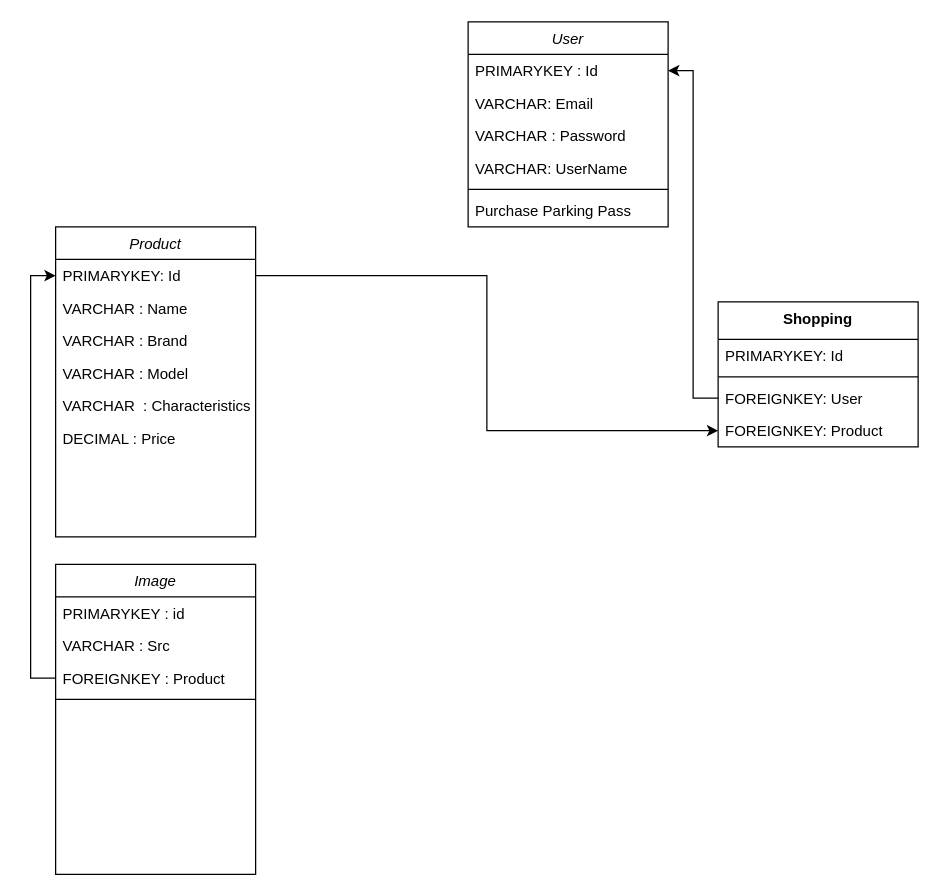
Before: Docs/database.drawio.xml in victor-souza-dev/TechTrove, a draw.io diagram. Source tidied: cells renumbered, new cells numbered last; positions are measured from the earlier drawing's top-left corner, leaving out a move shared by most shapes. Both pictures are drawn from the tidied source at 125%, with x=0, y=0 at pixel (55, 21).
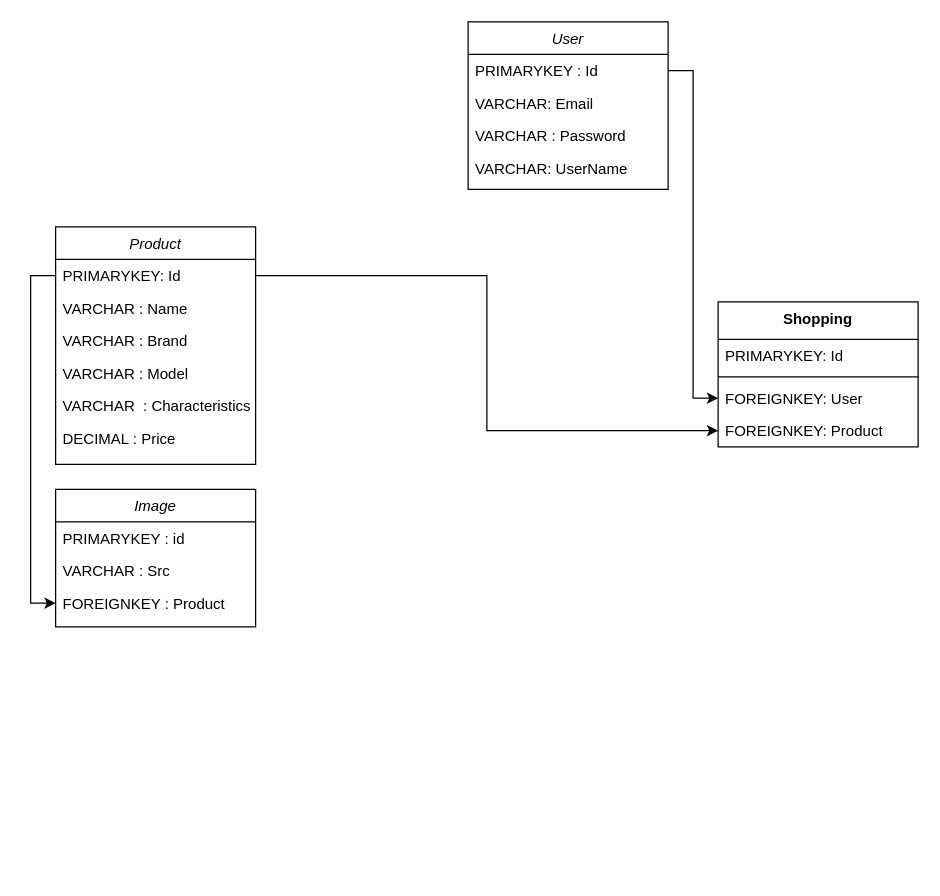
After the change.

Unchanged cells that the change refers to:
```xml
<mxCell id="3" value="PRIMARYKEY : Id" style="text;strokeColor=none;fillColor=none;align=left;verticalAlign=top;spacingLeft=4;spacingRight=4;overflow=hidden;points=[[0,0.5],[1,0.5]];portConstraint=eastwest;whiteSpace=wrap;html=1;" parent="2" vertex="1">
  <mxGeometry y="26" width="160" height="26" as="geometry" />
</mxCell>
<mxCell id="10" value="PRIMARYKEY: Id" style="text;strokeColor=none;fillColor=none;align=left;verticalAlign=top;spacingLeft=4;spacingRight=4;overflow=hidden;points=[[0,0.5],[1,0.5]];portConstraint=eastwest;whiteSpace=wrap;html=1;" parent="9" vertex="1">
  <mxGeometry y="26" width="160" height="26" as="geometry" />
</mxCell>
<mxCell id="19" value="FOREIGNKEY : Product" style="text;strokeColor=none;fillColor=none;align=left;verticalAlign=top;spacingLeft=4;spacingRight=4;overflow=hidden;points=[[0,0.5],[1,0.5]];portConstraint=eastwest;whiteSpace=wrap;html=1;" parent="16" vertex="1">
  <mxGeometry y="78" width="160" height="26" as="geometry" />
</mxCell>
<mxCell id="24" value="FOREIGNKEY: User" style="text;strokeColor=none;fillColor=none;align=left;verticalAlign=top;spacingLeft=4;spacingRight=4;overflow=hidden;points=[[0,0.5],[1,0.5]];portConstraint=eastwest;whiteSpace=wrap;html=1;" parent="21" vertex="1">
  <mxGeometry y="64" width="160" height="26" as="geometry" />
</mxCell>
```

Diff of the diagram source:
```diff
@@
     <mxCell id="2" value="User" style="swimlane;fontStyle=2;align=center;verticalAlign=top;horizontal=1;startSize=26;rounded=0;shadow=0;strokeWidth=1;" parent="1" vertex="1">
-      <mxGeometry x="330" width="160" height="164" as="geometry" />
+      <mxGeometry x="330" width="160" height="134" as="geometry" />
     </mxCell>
@@
-    <mxCell id="7" style="line;html=1;strokeWidth=1;align=left;verticalAlign=middle;spacingTop=-1;spacingLeft=3;spacingRight=3;labelPosition=right;" parent="2" vertex="1">
-      <mxGeometry y="130" width="160" height="8" as="geometry" />
-    </mxCell>
-    <mxCell id="8" value="Purchase Parking Pass" style="text;align=left;verticalAlign=top;spacingLeft=4;spacingRight=4;overflow=hidden;" parent="2" vertex="1">
-      <mxGeometry y="138" width="160" height="26" as="geometry" />
-    </mxCell>
     <mxCell id="9" value="Product" style="swimlane;fontStyle=2;align=center;verticalAlign=top;horizontal=1;startSize=26;rounded=0;shadow=0;strokeWidth=1;" parent="1" vertex="1">
-      <mxGeometry y="164" width="160" height="248" as="geometry" />
+      <mxGeometry y="164" width="160" height="190" as="geometry" />
     </mxCell>
@@
     <mxCell id="16" value="Image" style="swimlane;fontStyle=2;align=center;verticalAlign=top;horizontal=1;startSize=26;rounded=0;shadow=0;strokeWidth=1;" parent="1" vertex="1">
-      <mxGeometry y="434" width="160" height="248" as="geometry" />
+      <mxGeometry y="374" width="160" height="110" as="geometry" />
     </mxCell>
@@
-    <mxCell id="20" style="line;html=1;strokeWidth=1;align=left;verticalAlign=middle;spacingTop=-1;spacingLeft=3;spacingRight=3;labelPosition=right;" parent="16" vertex="1">
-      <mxGeometry y="104" width="160" height="8" as="geometry" />
-    </mxCell>
@@
-    <mxCell id="26" style="edgeStyle=orthogonalEdgeStyle;rounded=0;jettySize=auto;html=1;entryX=0;entryY=0.5;entryDx=0;entryDy=0;" parent="1" edge="1" source="19" target="10">
-      <mxGeometry relative="1" as="geometry" />
-    </mxCell>
@@
-    <mxCell id="28" style="edgeStyle=orthogonalEdgeStyle;rounded=0;jettySize=auto;html=1;entryX=1;entryY=0.5;entryDx=0;entryDy=0;" parent="1" edge="1" source="24" target="3">
-      <mxGeometry relative="1" as="geometry" />
-    </mxCell>
+    <mxCell id="29" style="edgeStyle=orthogonalEdgeStyle;rounded=0;jettySize=auto;html=1;entryX=0;entryY=0.5;entryDx=0;entryDy=0;" parent="1" edge="1" source="3" target="24">
+      <mxGeometry relative="1" as="geometry" />
+    </mxCell>
+    <mxCell id="30" style="edgeStyle=orthogonalEdgeStyle;rounded=0;jettySize=auto;html=1;entryX=0;entryY=0.5;entryDx=0;entryDy=0;" parent="1" edge="1" source="10" target="19">
+      <mxGeometry relative="1" as="geometry" />
+    </mxCell>
```
